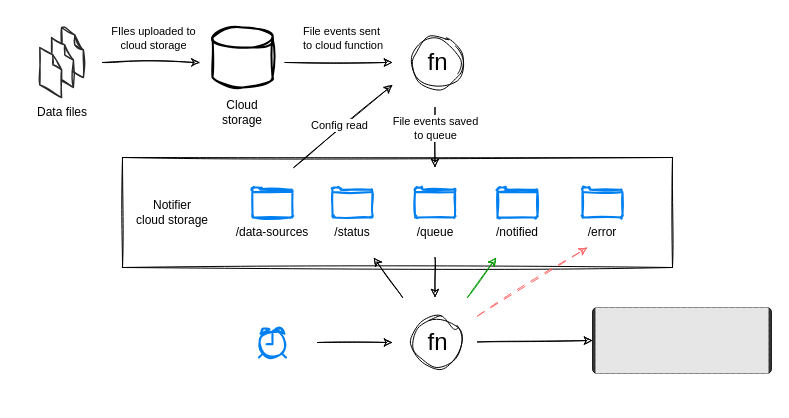
Before: architecture/ade_notifier_flow.drawio in agile-data-engine/ade-file-notifier-reference, a draw.io diagram. Source tidied: cells renumbered, new cells numbered last; positions are measured from the earlier drawing's top-left corner, leaving out a move shared by most shapes. Both pictures are drawn from the tidied source at 100%, with x=0, y=0 at pixel (17, 17). Pictures stored in the file or linked from it are replaced by grey dashed boxes.
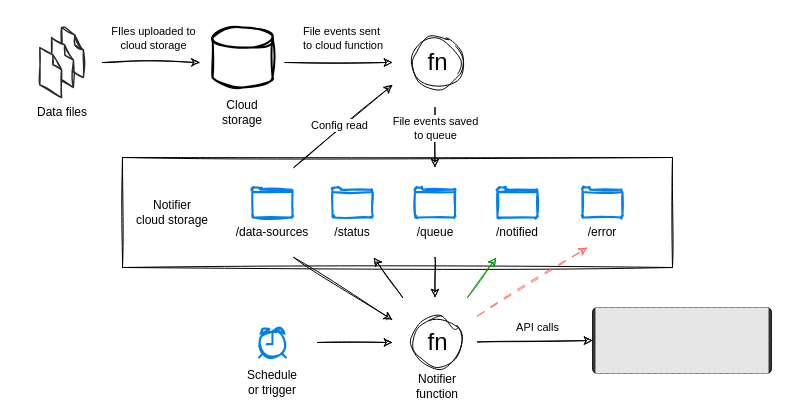
After the change.

Commit message (it also covers changes not shown here):
architecture diagram adjustments

The change refers to these unchanged cells:
```xml
<mxCell id="34" style="rounded=0;whiteSpace=wrap;html=1;sketch=0;strokeColor=none;fillColor=none;" parent="32" vertex="1">
  <mxGeometry width="85" height="90" as="geometry" />
</mxCell>
<mxCell id="37" style="rounded=0;whiteSpace=wrap;html=1;sketch=0;strokeColor=none;fillColor=none;" parent="1" vertex="1">
  <mxGeometry x="212.5" y="150" width="85" height="90" as="geometry" />
</mxCell>
<mxCell id="52" style="edgeStyle=none;rounded=0;sketch=1;jettySize=auto;html=1;entryX=0;entryY=0.5;entryDx=0;entryDy=0;strokeColor=#000000;" parent="1" edge="1" source="34" target="50">
  <mxGeometry relative="1" as="geometry" />
</mxCell>
```

What changed in the source:
```diff
@@
     <mxCell id="32" style="group;" parent="1" vertex="1">
-      <mxGeometry x="375" y="280" width="85" height="90" as="geometry" />
+      <mxGeometry x="375" y="280" width="100" height="104" as="geometry" />
     </mxCell>
@@
+    <mxCell id="53" value="Notifier&lt;br&gt;function" style="text;html=1;strokeColor=none;fillColor=none;align=center;verticalAlign=middle;whiteSpace=wrap;rounded=0;" parent="32" vertex="1">
+      <mxGeometry x="1.2" y="74" width="87.5" height="30" as="geometry" />
+    </mxCell>
@@
+    <mxCell id="54" style="rounded=0;jettySize=auto;html=1;entryX=0;entryY=0.25;entryDx=0;entryDy=0;sketch=1;curveFitting=1;jiggle=2;exitX=0.75;exitY=1;exitDx=0;exitDy=0;" parent="1" edge="1" source="37" target="34">
+      <mxGeometry relative="1" as="geometry" />
+    </mxCell>
@@
+    <mxCell id="55" value="API calls" style="edgeLabel;html=1;align=center;verticalAlign=middle;" parent="52" vertex="1">
+      <mxGeometry x="-0.11" y="2" relative="1" as="geometry">
+        <mxPoint x="9" y="-12" as="offset" />
+      </mxGeometry>
+    </mxCell>
+    <mxCell id="56" value="Schedule or trigger" style="text;html=1;strokeColor=none;fillColor=none;align=center;verticalAlign=middle;whiteSpace=wrap;rounded=0;" parent="1" vertex="1">
+      <mxGeometry x="225" y="350" width="60" height="30" as="geometry" />
+    </mxCell>
```
